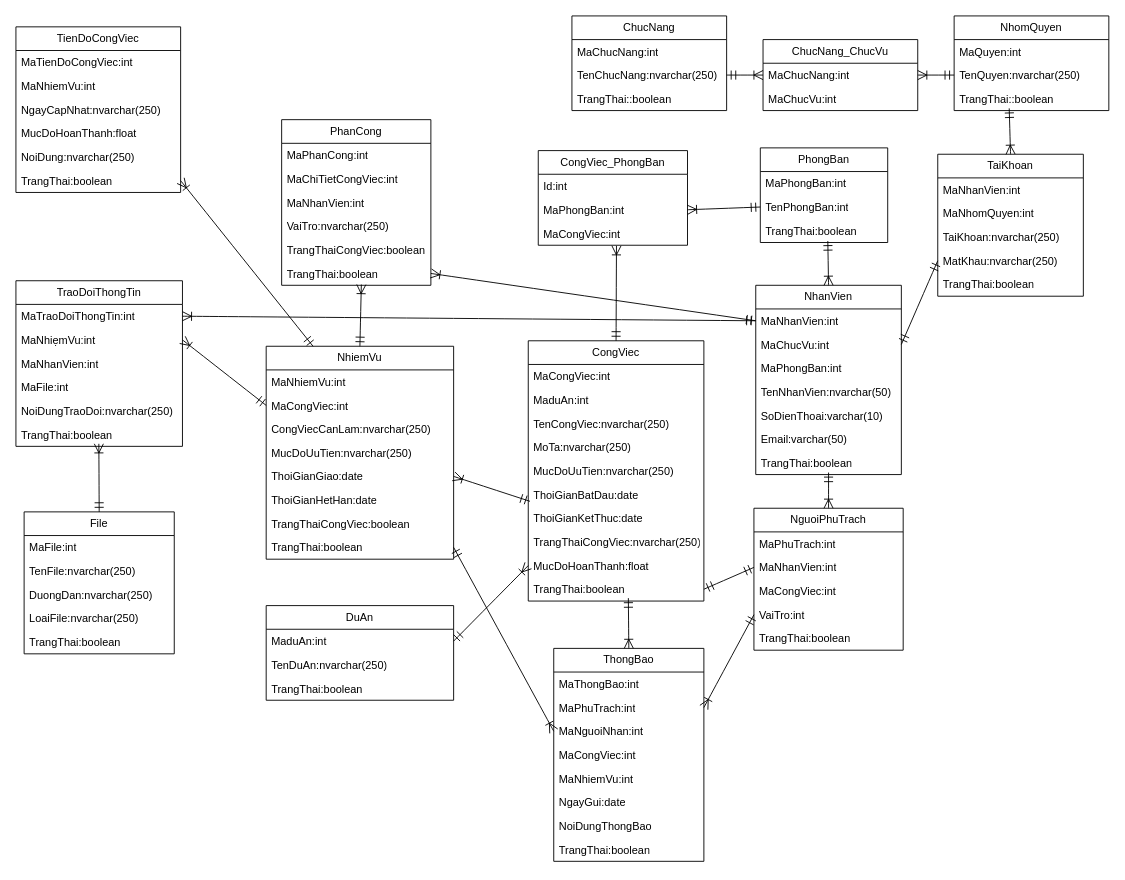
This is new dacn+.net.drawio from maivantai2003/vercelDemo, a draw.io file, before an edit. Source tidied: cells renumbered, new cells numbered last; positions are measured from the earlier drawing's top-left corner, leaving out a move shared by most shapes. Both pictures are drawn from the tidied source at 91%, with x=0, y=0 at pixel (15, 15).
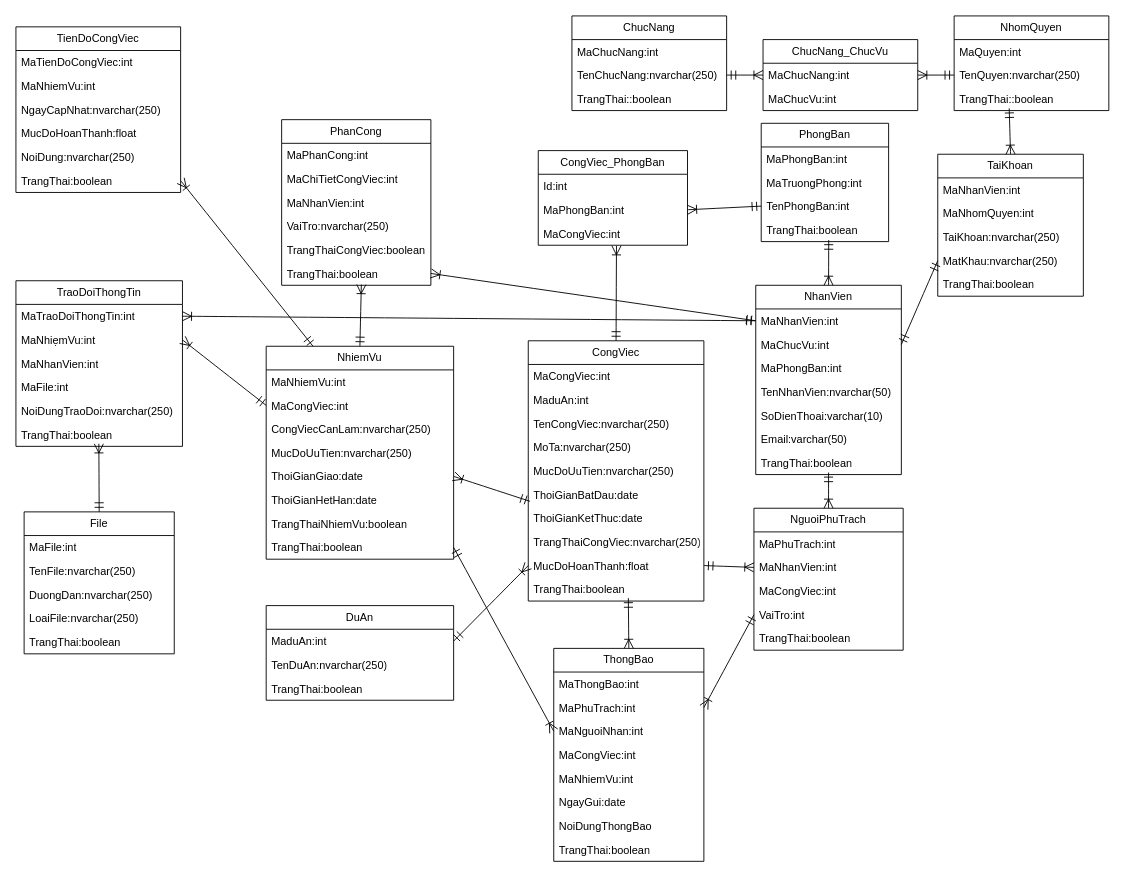
After the change.

Commit message:
Cập nhật new dacn+.net.drawio

The change refers to these unchanged cells:
```xml
<mxCell id="22" value="MucDoHoanThanh:float" style="text;strokeColor=none;fillColor=none;align=left;verticalAlign=top;spacingLeft=4;spacingRight=4;overflow=hidden;points=[[0,0.5],[1,0.5]];portConstraint=eastwest;whiteSpace=wrap;html=1;" parent="13" vertex="1">
  <mxGeometry y="234" width="193" height="26" as="geometry" />
</mxCell>
<mxCell id="23" value="TrangThai:boolean" style="text;strokeColor=none;fillColor=none;align=left;verticalAlign=top;spacingLeft=4;spacingRight=4;overflow=hidden;points=[[0,0.5],[1,0.5]];portConstraint=eastwest;whiteSpace=wrap;html=1;" parent="13" vertex="1">
  <mxGeometry y="260" width="193" height="26" as="geometry" />
</mxCell>
<mxCell id="54" value="NhiemVu" style="swimlane;fontStyle=0;horizontal=1;startSize=26;fillColor=none;whiteSpace=wrap;html=1;" parent="1" vertex="1">
  <mxGeometry x="275" y="363" width="206" height="234" as="geometry" />
</mxCell>
<mxCell id="75" value="MaNhanVien:int" style="text;strokeColor=none;fillColor=none;align=left;verticalAlign=top;spacingLeft=4;spacingRight=4;overflow=hidden;points=[[0,0.5],[1,0.5]];portConstraint=eastwest;whiteSpace=wrap;html=1;" parent="73" vertex="1">
  <mxGeometry y="52" width="164" height="26" as="geometry" />
</mxCell>
```

The edit, as a diff of the source:
```diff
@@
     <mxCell id="8" value="PhongBan" style="swimlane;fontStyle=0;horizontal=1;startSize=26;fillColor=none;whiteSpace=wrap;html=1;" parent="1" vertex="1">
-      <mxGeometry x="818" y="145" width="140" height="104" as="geometry" />
+      <mxGeometry x="819" y="118" width="140" height="130" as="geometry" />
     </mxCell>
@@
+    <mxCell id="122" value="MaTruongPhong:int" style="text;strokeColor=none;fillColor=none;align=left;verticalAlign=top;spacingLeft=4;spacingRight=4;overflow=hidden;whiteSpace=wrap;html=1;" parent="8" vertex="1">
+      <mxGeometry y="52" width="140" height="26" as="geometry" />
+    </mxCell>
     <mxCell id="10" value="TenPhongBan:int" style="text;strokeColor=none;fillColor=none;align=left;verticalAlign=top;spacingLeft=4;spacingRight=4;overflow=hidden;points=[[0,0.5],[1,0.5]];portConstraint=eastwest;whiteSpace=wrap;html=1;" parent="8" vertex="1">
-      <mxGeometry y="52" width="140" height="26" as="geometry" />
+      <mxGeometry y="78" width="140" height="26" as="geometry" />
     </mxCell>
     <mxCell id="11" value="TrangThai:boolean" style="text;strokeColor=none;fillColor=none;align=left;verticalAlign=top;spacingLeft=4;spacingRight=4;overflow=hidden;points=[[0,0.5],[1,0.5]];portConstraint=eastwest;whiteSpace=wrap;html=1;" parent="8" vertex="1">
-      <mxGeometry y="78" width="140" height="26" as="geometry" />
+      <mxGeometry y="104" width="140" height="26" as="geometry" />
     </mxCell>
@@
-    <mxCell id="61" value="TrangThaiCongViec:boolean" style="text;strokeColor=none;fillColor=none;align=left;verticalAlign=top;spacingLeft=4;spacingRight=4;overflow=hidden;whiteSpace=wrap;html=1;" parent="54" vertex="1">
+    <mxCell id="61" value="TrangThaiNhiemVu:boolean" style="text;strokeColor=none;fillColor=none;align=left;verticalAlign=top;spacingLeft=4;spacingRight=4;overflow=hidden;whiteSpace=wrap;html=1;" parent="54" vertex="1">
       <mxGeometry y="182" width="206" height="26" as="geometry" />
     </mxCell>
@@
-    <mxCell id="80" style="edgeStyle=none;curved=1;rounded=0;jettySize=auto;html=1;exitX=1;exitY=0.5;exitDx=0;exitDy=0;entryX=0;entryY=0.5;entryDx=0;entryDy=0;fontSize=12;startSize=8;endSize=8;startArrow=ERmandOne;startFill=0;endArrow=ERmandOne;endFill=0;" parent="1" edge="1" source="23" target="75">
+    <mxCell id="80" style="edgeStyle=none;curved=1;rounded=0;jettySize=auto;html=1;exitX=1;exitY=0.5;exitDx=0;exitDy=0;entryX=0;entryY=0.5;entryDx=0;entryDy=0;fontSize=12;startSize=8;endSize=8;startArrow=ERmandOne;startFill=0;endArrow=ERoneToMany;endFill=0;" parent="1" edge="1" source="22" target="75">
       <mxGeometry relative="1" as="geometry" />
     </mxCell>
```
